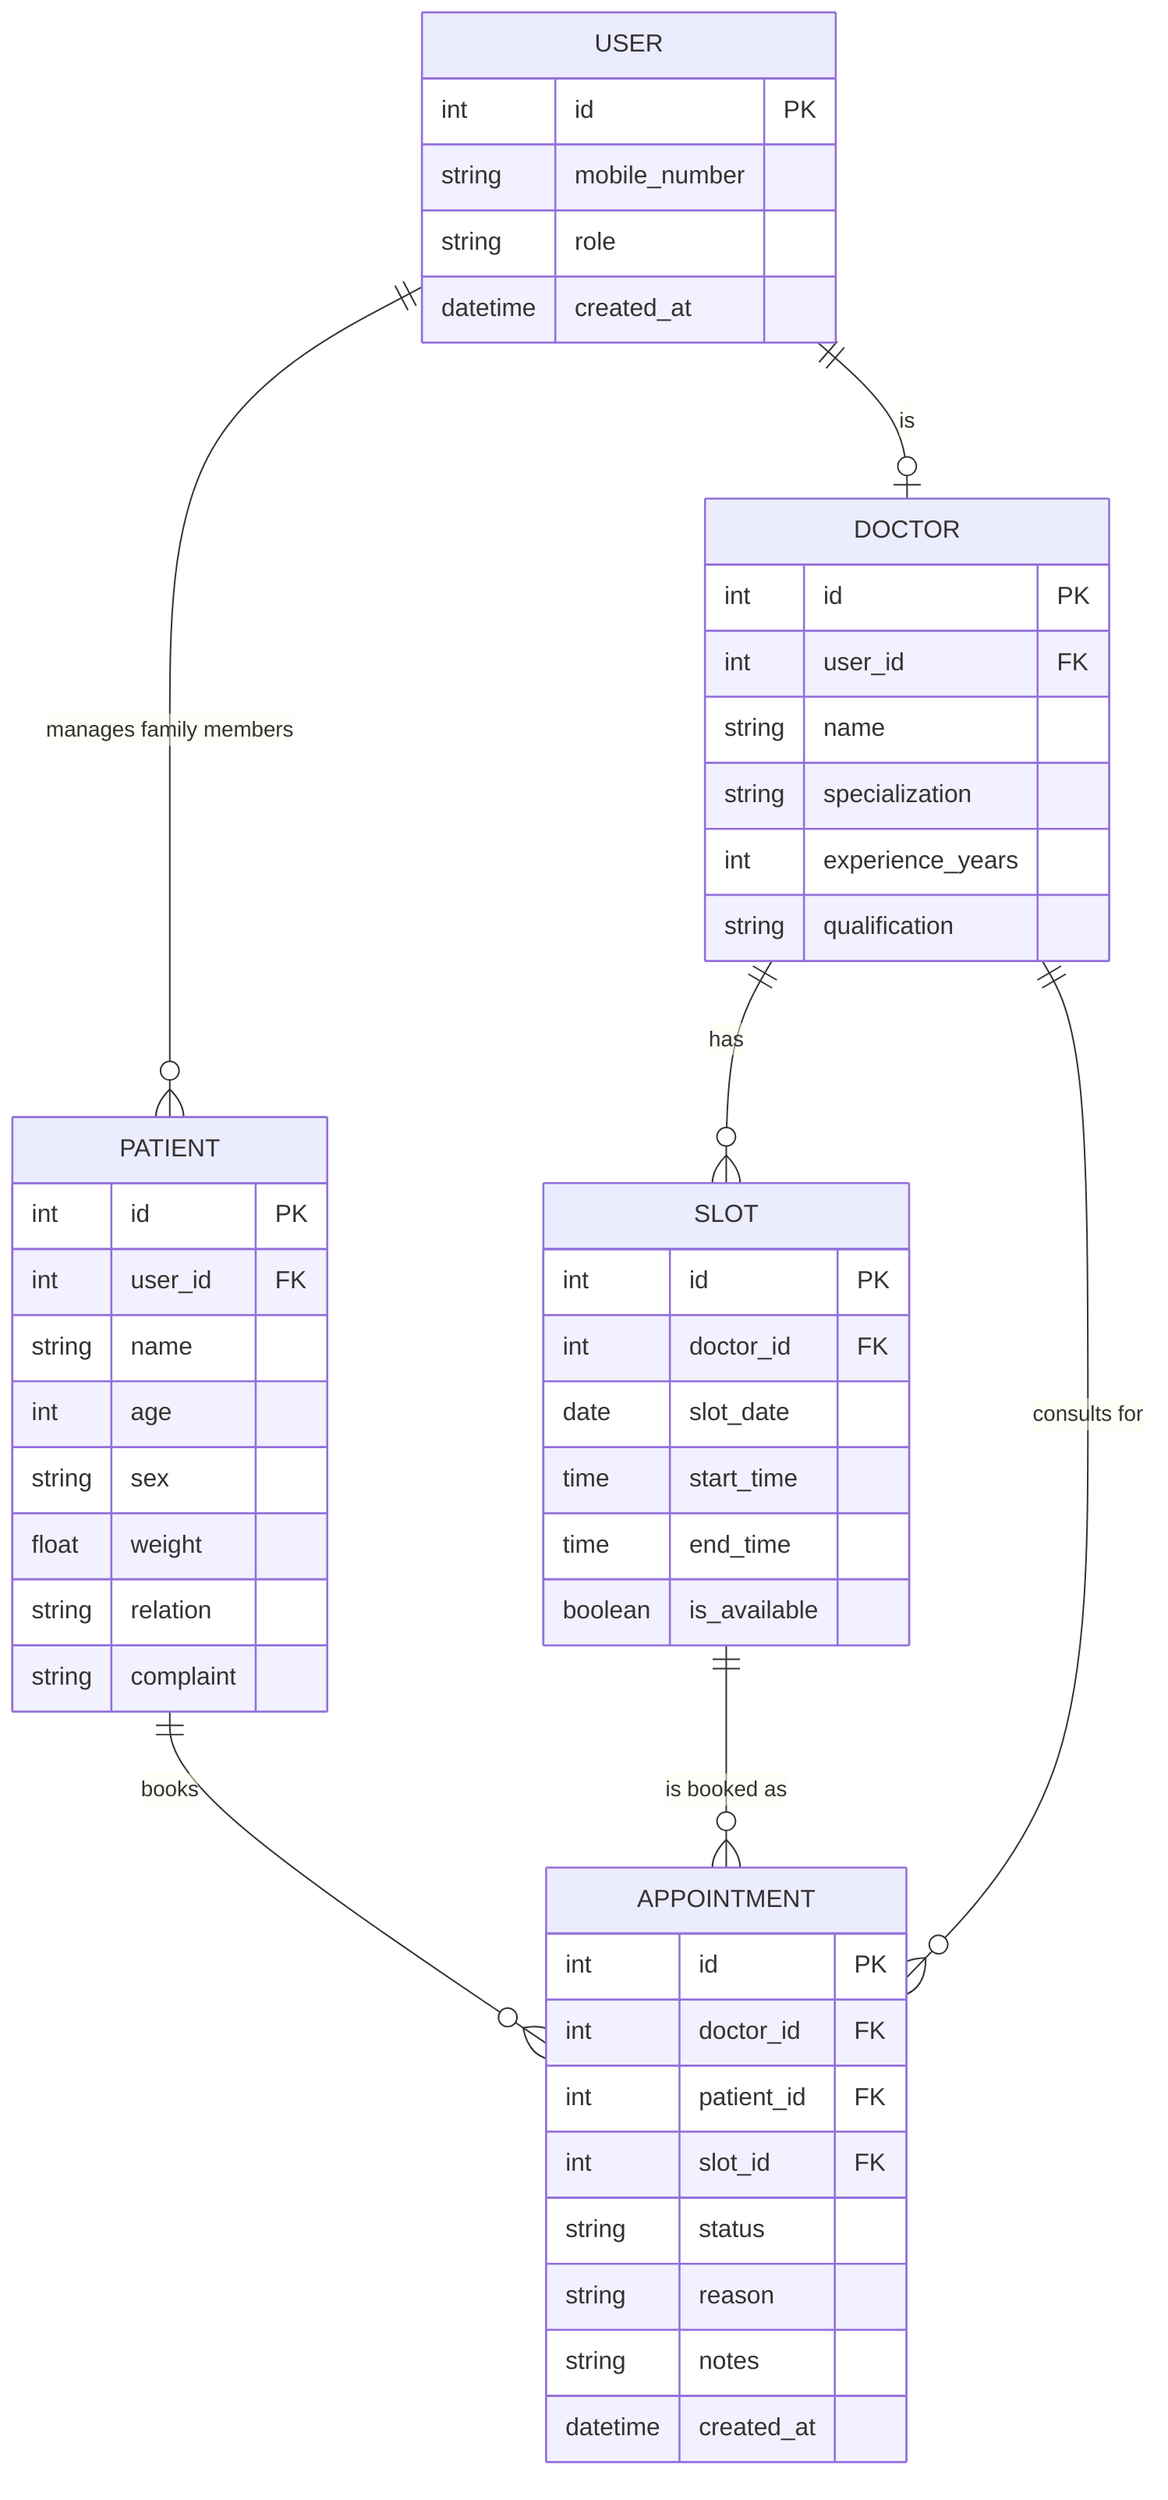
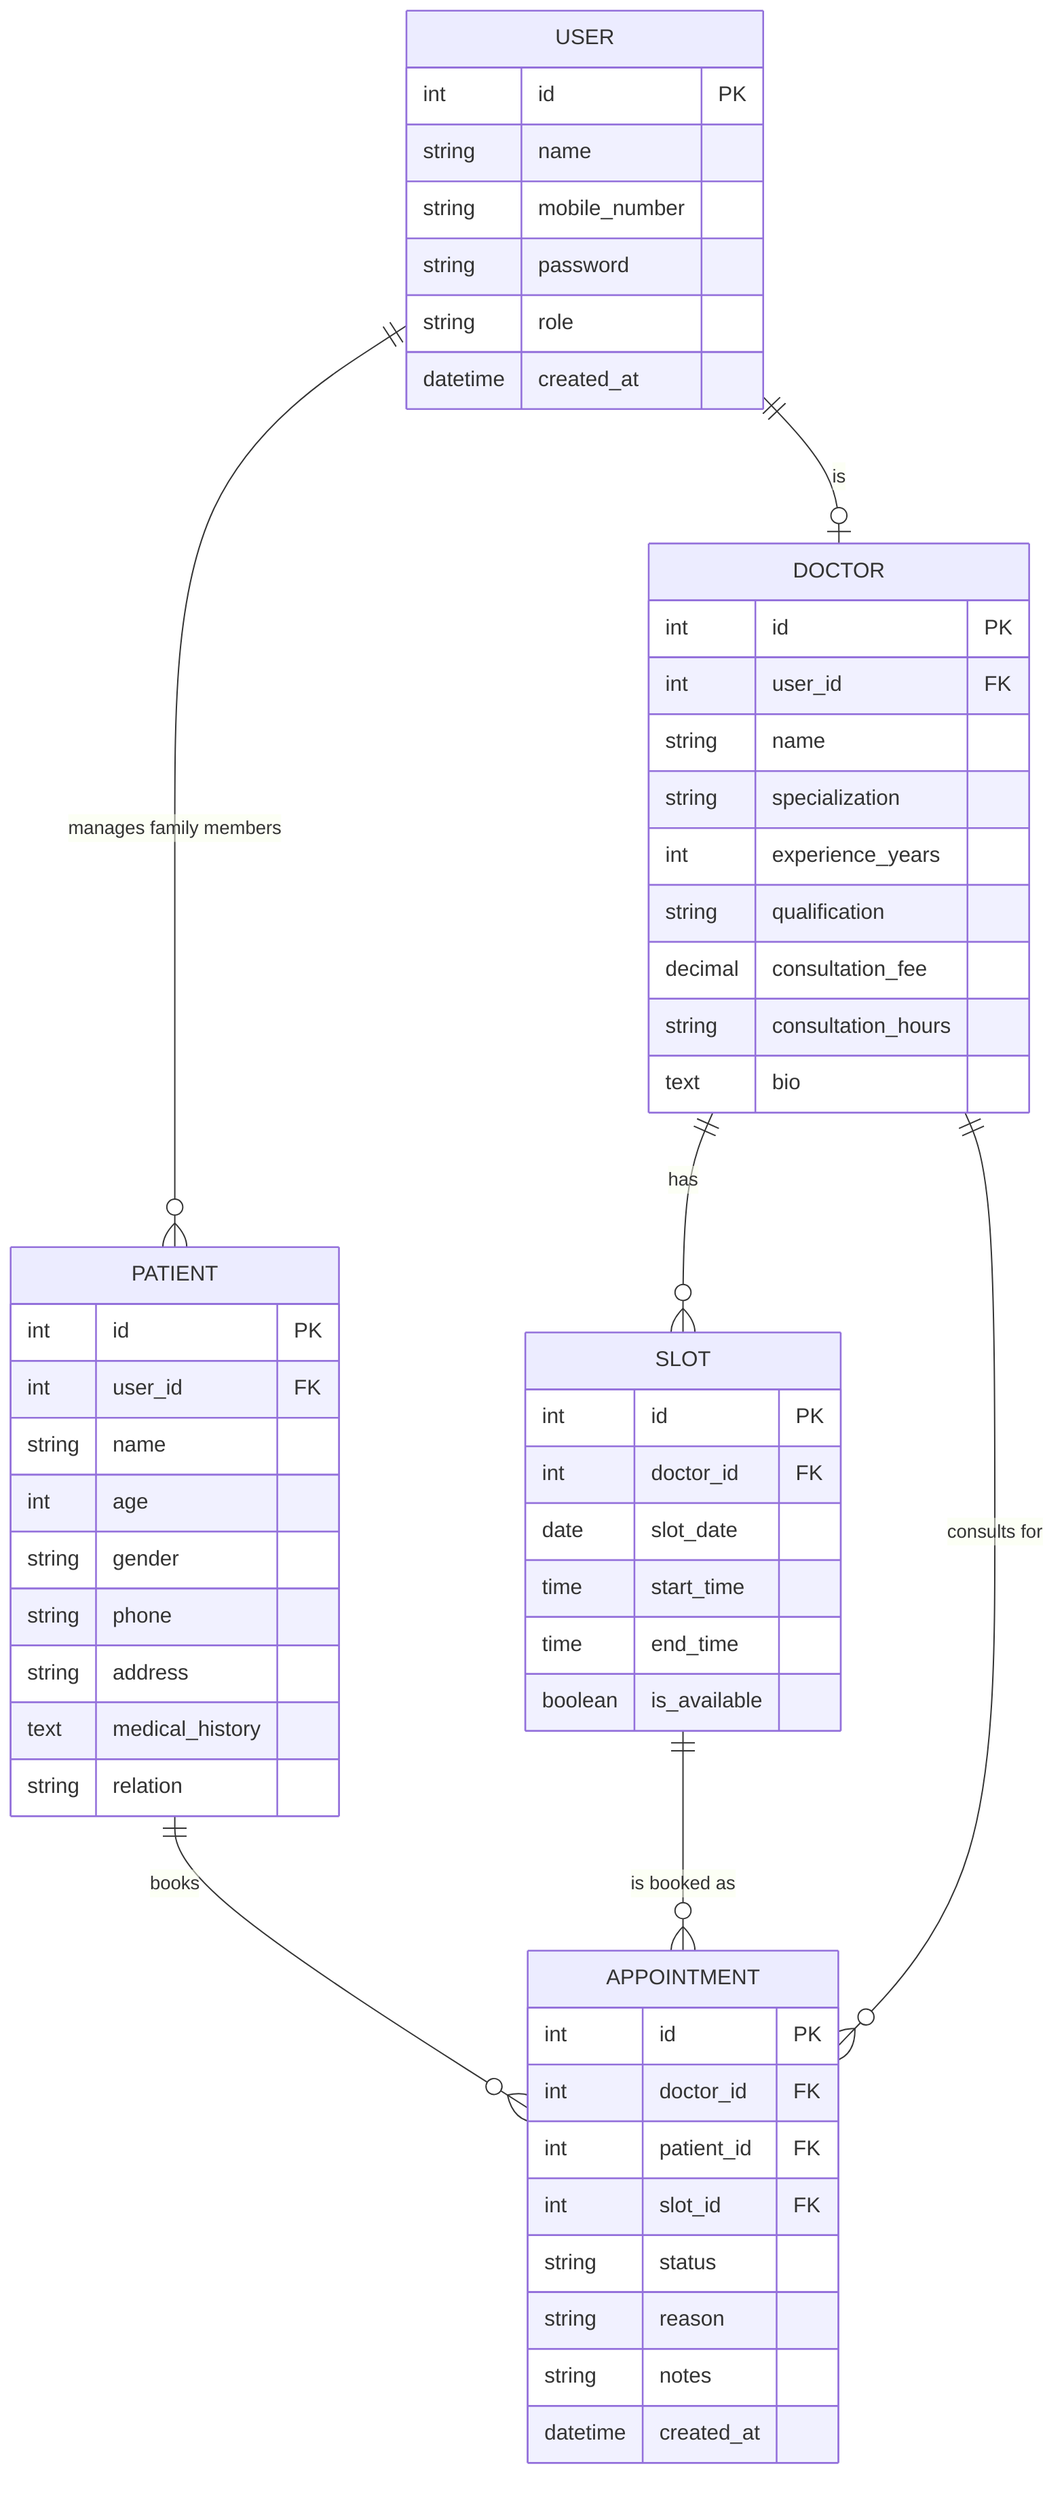
erDiagram
    USER ||--o{ PATIENT : "manages family members"
    USER ||--o| DOCTOR : "is"
    DOCTOR ||--o{ SLOT : has
    DOCTOR ||--o{ APPOINTMENT : "consults for"
    PATIENT ||--o{ APPOINTMENT : books
    SLOT ||--o{ APPOINTMENT : "is booked as"

    USER {
        int id PK
+         string name
        string mobile_number
+         string password
        string role
        datetime created_at
-     }
- 
-     PATIENT {
-         int id PK
-         int user_id FK
-         string name
-         int age
-         string sex
-         float weight
-         string relation
-         string complaint
    }

    DOCTOR {
        int id PK
        int user_id FK
        string name
        string specialization
        int experience_years
        string qualification
+         decimal consultation_fee
+         string consultation_hours
+         text bio
+     }
+ 
+     PATIENT {
+         int id PK
+         int user_id FK
+         string name
+         int age
+         string gender
+         string phone
+         string address
+         text medical_history
+         string relation
    }

    SLOT {
        int id PK
        int doctor_id FK
        date slot_date
        time start_time
        time end_time
        boolean is_available
    }

    APPOINTMENT {
        int id PK
        int doctor_id FK
        int patient_id FK
        int slot_id FK
        string status
        string reason
        string notes
        datetime created_at
    }